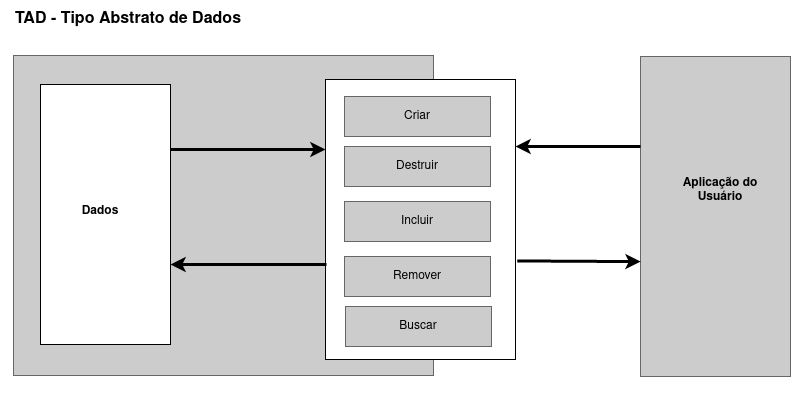
Before: tad-e-vetor-dinamico/tad.png, a diagram exported from draw.io (edersonschmeing/estrutura-de-dados-em-c). Source tidied: cells renumbered, new cells last; positions are measured from the earlier drawing's top-left corner, leaving out a move shared by most shapes. Source of this version:
```xml
<mxGraphModel>
  <root>
    <mxCell id="0" />
    <mxCell id="1" parent="0" />
    <mxCell id="2" style="rounded=0;whiteSpace=wrap;html=1;fillColor=none;gradientColor=none;strokeColor=none;" parent="1" vertex="1">
      <mxGeometry width="802.4" height="396" as="geometry" />
    </mxCell>
    <mxCell id="3" value="TAD - Tipo Abstrato de Dados" style="text;html=1;strokeColor=none;fillColor=none;align=center;verticalAlign=middle;whiteSpace=wrap;rounded=0;fontStyle=1;fontSize=16;" parent="1" vertex="1">
      <mxGeometry x="13" y="9" width="230" height="20" as="geometry" />
    </mxCell>
    <mxCell id="4" style="rounded=0;whiteSpace=wrap;html=1;fillColor=#CCCCCC;gradientColor=none;strokeColor=#666666;" parent="1" vertex="1">
      <mxGeometry x="13" y="55" width="420" height="320" as="geometry" />
    </mxCell>
    <mxCell id="5" style="rounded=0;whiteSpace=wrap;html=1;" parent="1" vertex="1">
      <mxGeometry x="325" y="79" width="190" height="280" as="geometry" />
    </mxCell>
    <mxCell id="6" value="Criar" style="rounded=0;whiteSpace=wrap;html=1;fillColor=#CCCCCC;gradientColor=none;strokeColor=#666666;" parent="1" vertex="1">
      <mxGeometry x="344" y="96" width="146" height="40" as="geometry" />
    </mxCell>
    <mxCell id="7" value="Destruir" style="rounded=0;whiteSpace=wrap;html=1;fillColor=#CCCCCC;gradientColor=none;strokeColor=#666666;" parent="1" vertex="1">
      <mxGeometry x="344" y="146" width="146" height="40" as="geometry" />
    </mxCell>
    <mxCell id="8" value="Incluir" style="rounded=0;whiteSpace=wrap;html=1;fillColor=#CCCCCC;gradientColor=none;strokeColor=#666666;" parent="1" vertex="1">
      <mxGeometry x="344" y="201" width="146" height="40" as="geometry" />
    </mxCell>
    <mxCell id="9" value="Remover" style="rounded=0;whiteSpace=wrap;html=1;fillColor=#CCCCCC;gradientColor=none;strokeColor=#666666;" parent="1" vertex="1">
      <mxGeometry x="344" y="256" width="146" height="40" as="geometry" />
    </mxCell>
    <mxCell id="10" value="Buscar" style="rounded=0;whiteSpace=wrap;html=1;fillColor=#CCCCCC;gradientColor=none;strokeColor=#666666;" parent="1" vertex="1">
      <mxGeometry x="345" y="306" width="146" height="40" as="geometry" />
    </mxCell>
    <mxCell id="11" style="rounded=0;whiteSpace=wrap;html=1;" parent="1" vertex="1">
      <mxGeometry x="40" y="84" width="130" height="260" as="geometry" />
    </mxCell>
    <mxCell id="12" style="rounded=0;whiteSpace=wrap;html=1;fillColor=#CCCCCC;gradientColor=none;strokeColor=#666666;" parent="1" vertex="1">
      <mxGeometry x="640" y="56" width="150" height="320" as="geometry" />
    </mxCell>
    <mxCell id="13" value="Aplicação do Usuário" style="text;html=1;strokeColor=none;fillColor=none;align=center;verticalAlign=middle;whiteSpace=wrap;rounded=0;fontStyle=1;" parent="1" vertex="1">
      <mxGeometry x="680" y="172" width="80" height="35" as="geometry" />
    </mxCell>
    <mxCell id="14" style="endArrow=classic;html=1;rounded=0;entryX=0;entryY=0.25;entryDx=0;entryDy=0;exitX=1;exitY=0.25;exitDx=0;exitDy=0;strokeWidth=3;" parent="1" edge="1" source="11" target="5">
      <mxGeometry relative="1" as="geometry" />
    </mxCell>
    <mxCell id="15" value="Dados" style="text;html=1;strokeColor=none;fillColor=none;align=center;verticalAlign=middle;whiteSpace=wrap;rounded=0;fontStyle=1;" parent="1" vertex="1">
      <mxGeometry x="70" y="201" width="60" height="20" as="geometry" />
    </mxCell>
    <mxCell id="16" style="endArrow=classic;html=1;rounded=0;exitX=0.005;exitY=0.668;exitDx=0;exitDy=0;strokeWidth=3;exitPerimeter=0;" parent="1" edge="1">
      <mxGeometry relative="1" as="geometry">
        <mxPoint x="325.9" y="264" as="sourcePoint" />
        <mxPoint x="170" y="264" as="targetPoint" />
      </mxGeometry>
    </mxCell>
    <mxCell id="17" style="endArrow=classic;html=1;rounded=0;entryX=0.001;entryY=0.641;entryDx=0;entryDy=0;strokeWidth=3;exitX=1.009;exitY=0.648;exitDx=0;exitDy=0;exitPerimeter=0;entryPerimeter=0;" parent="1" edge="1" source="5" target="12">
      <mxGeometry relative="1" as="geometry" />
    </mxCell>
    <mxCell id="18" style="endArrow=classic;html=1;rounded=0;strokeWidth=3;" parent="1" edge="1">
      <mxGeometry relative="1" as="geometry">
        <mxPoint x="640" y="146" as="sourcePoint" />
        <mxPoint x="515" y="146" as="targetPoint" />
      </mxGeometry>
    </mxCell>
  </root>
</mxGraphModel>
```
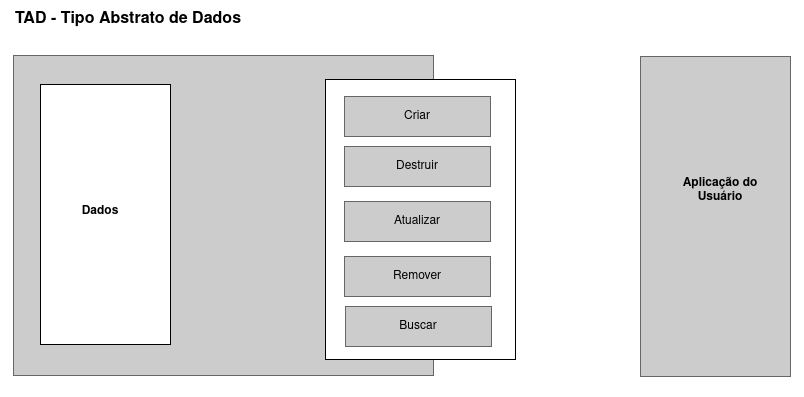
Later version of the same file.

Change to the diagram source:
```diff
@@ -20,7 +20,7 @@
     <mxCell id="7" value="Destruir" style="rounded=0;whiteSpace=wrap;html=1;fillColor=#CCCCCC;gradientColor=none;strokeColor=#666666;" parent="1" vertex="1">
       <mxGeometry x="344" y="146" width="146" height="40" as="geometry" />
     </mxCell>
-    <mxCell id="8" value="Incluir" style="rounded=0;whiteSpace=wrap;html=1;fillColor=#CCCCCC;gradientColor=none;strokeColor=#666666;" parent="1" vertex="1">
+    <mxCell id="8" value="Atualizar" style="rounded=0;whiteSpace=wrap;html=1;fillColor=#CCCCCC;gradientColor=none;strokeColor=#666666;" parent="1" vertex="1">
       <mxGeometry x="344" y="201" width="146" height="40" as="geometry" />
     </mxCell>
     <mxCell id="9" value="Remover" style="rounded=0;whiteSpace=wrap;html=1;fillColor=#CCCCCC;gradientColor=none;strokeColor=#666666;" parent="1" vertex="1">
@@ -38,26 +38,8 @@
     <mxCell id="13" value="Aplicação do Usuário" style="text;html=1;strokeColor=none;fillColor=none;align=center;verticalAlign=middle;whiteSpace=wrap;rounded=0;fontStyle=1;" parent="1" vertex="1">
       <mxGeometry x="680" y="172" width="80" height="35" as="geometry" />
     </mxCell>
-    <mxCell id="14" style="endArrow=classic;html=1;rounded=0;entryX=0;entryY=0.25;entryDx=0;entryDy=0;exitX=1;exitY=0.25;exitDx=0;exitDy=0;strokeWidth=3;" parent="1" edge="1" source="11" target="5">
-      <mxGeometry relative="1" as="geometry" />
+    <mxCell id="14" value="Dados" style="text;html=1;strokeColor=none;fillColor=none;align=center;verticalAlign=middle;whiteSpace=wrap;rounded=0;fontStyle=1;" parent="1" vertex="1">
+      <mxGeometry x="70" y="201" width="60" height="20" as="geometry" />
     </mxCell>
-    <mxCell id="15" value="Dados" style="text;html=1;strokeColor=none;fillColor=none;align=center;verticalAlign=middle;whiteSpace=wrap;rounded=0;fontStyle=1;" parent="1" vertex="1">
-      <mxGeometry x="70" y="201" width="60" height="20" as="geometry" />
-    </mxCell>
-    <mxCell id="16" style="endArrow=classic;html=1;rounded=0;exitX=0.005;exitY=0.668;exitDx=0;exitDy=0;strokeWidth=3;exitPerimeter=0;" parent="1" edge="1">
-      <mxGeometry relative="1" as="geometry">
-        <mxPoint x="325.9" y="264" as="sourcePoint" />
-        <mxPoint x="170" y="264" as="targetPoint" />
-      </mxGeometry>
-    </mxCell>
-    <mxCell id="17" style="endArrow=classic;html=1;rounded=0;entryX=0.001;entryY=0.641;entryDx=0;entryDy=0;strokeWidth=3;exitX=1.009;exitY=0.648;exitDx=0;exitDy=0;exitPerimeter=0;entryPerimeter=0;" parent="1" edge="1" source="5" target="12">
-      <mxGeometry relative="1" as="geometry" />
-    </mxCell>
-    <mxCell id="18" style="endArrow=classic;html=1;rounded=0;strokeWidth=3;" parent="1" edge="1">
-      <mxGeometry relative="1" as="geometry">
-        <mxPoint x="640" y="146" as="sourcePoint" />
-        <mxPoint x="515" y="146" as="targetPoint" />
-      </mxGeometry>
-    </mxCell>
   </root>
 </mxGraphModel>
```
